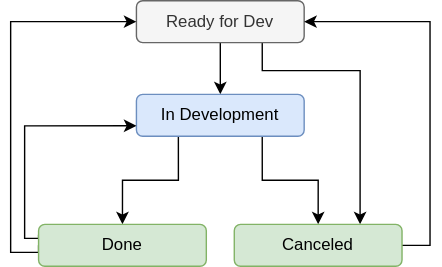
ksb-digital/.github keeps this draw.io diagram as workflows/workflow-epic.drawio.svg. Above is the earlier version. Source tidied: cells renumbered, new cells last; positions are measured from the earlier drawing's top-left corner, leaving out a move shared by most shapes.
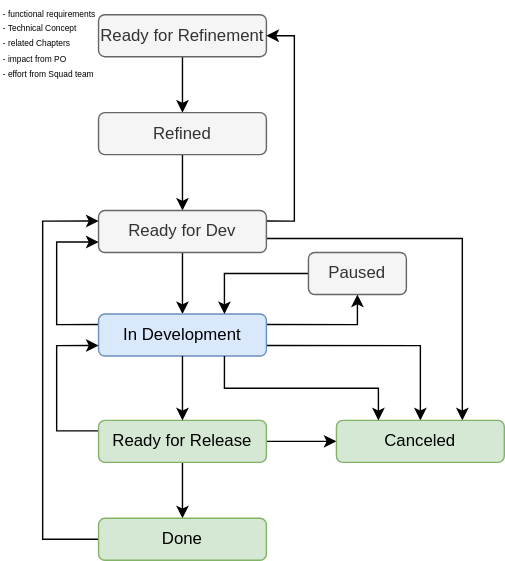
After the commit.

The edit, as a diff of the source:
```diff
@@ -2,55 +2,94 @@
   <root>
     <mxCell id="0" />
     <mxCell id="1" parent="0" />
+    <mxCell id="13" style="edgeStyle=orthogonalEdgeStyle;rounded=0;jettySize=auto;html=1;exitX=0.5;exitY=1;exitDx=0;exitDy=0;entryX=0.5;entryY=0;entryDx=0;entryDy=0;" parent="1" edge="1" source="14" target="16">
+      <mxGeometry relative="1" as="geometry" />
+    </mxCell>
+    <mxCell id="14" value="Ready for Refinement" style="rounded=1;whiteSpace=wrap;html=1;fillColor=#f5f5f5;fontColor=#333333;strokeColor=#666666;" parent="1" vertex="1">
+      <mxGeometry x="-20.1" y="-530" width="120" height="30" as="geometry" />
+    </mxCell>
+    <mxCell id="15" style="edgeStyle=orthogonalEdgeStyle;rounded=0;jettySize=auto;html=1;exitX=0.5;exitY=1;exitDx=0;exitDy=0;entryX=0.5;entryY=0;entryDx=0;entryDy=0;" parent="1" edge="1" source="16" target="4">
+      <mxGeometry relative="1" as="geometry" />
+    </mxCell>
+    <mxCell id="16" value="Refined" style="rounded=1;whiteSpace=wrap;html=1;fillColor=#f5f5f5;fontColor=#333333;strokeColor=#666666;" parent="1" vertex="1">
+      <mxGeometry x="-20.1" y="-460" width="120" height="30" as="geometry" />
+    </mxCell>
     <mxCell id="2" style="edgeStyle=orthogonalEdgeStyle;rounded=0;jettySize=auto;html=1;exitX=0.5;exitY=1;exitDx=0;exitDy=0;entryX=0.5;entryY=0;entryDx=0;entryDy=0;" parent="1" edge="1" source="4" target="7">
       <mxGeometry relative="1" as="geometry" />
     </mxCell>
-    <mxCell id="3" style="edgeStyle=orthogonalEdgeStyle;rounded=0;jettySize=auto;html=1;exitX=0.75;exitY=1;exitDx=0;exitDy=0;entryX=0.75;entryY=0;entryDx=0;entryDy=0;" parent="1" edge="1" source="4" target="12">
-      <mxGeometry relative="1" as="geometry">
-        <Array as="points">
-          <mxPoint x="180" y="50" />
-          <mxPoint x="250" y="50" />
-        </Array>
-      </mxGeometry>
-    </mxCell>
+    <mxCell id="17" style="edgeStyle=orthogonalEdgeStyle;rounded=0;jettySize=auto;html=1;entryX=0.75;entryY=0;entryDx=0;entryDy=0;" parent="1" edge="1" target="12">
+      <mxGeometry relative="1" as="geometry">
+        <mxPoint x="100" y="-370" as="sourcePoint" />
+      </mxGeometry>
+    </mxCell>
+    <mxCell id="18" style="edgeStyle=orthogonalEdgeStyle;rounded=0;jettySize=auto;html=1;exitX=1;exitY=0.25;exitDx=0;exitDy=0;entryX=1;entryY=0.5;entryDx=0;entryDy=0;" parent="1" edge="1" source="4" target="14">
+      <mxGeometry relative="1" as="geometry" />
+    </mxCell>
     <mxCell id="4" value="Ready for Dev" style="rounded=1;whiteSpace=wrap;html=1;fillColor=#f5f5f5;fontColor=#333333;strokeColor=#666666;" parent="1" vertex="1">
-      <mxGeometry x="90" width="120" height="30" as="geometry" />
+      <mxGeometry x="-20.1" y="-390" width="120" height="30" as="geometry" />
     </mxCell>
-    <mxCell id="5" style="edgeStyle=orthogonalEdgeStyle;rounded=0;jettySize=auto;html=1;exitX=0.75;exitY=1;exitDx=0;exitDy=0;entryX=0.5;entryY=0;entryDx=0;entryDy=0;" parent="1" edge="1" source="7" target="12">
-      <mxGeometry relative="1" as="geometry" />
-    </mxCell>
-    <mxCell id="6" style="edgeStyle=orthogonalEdgeStyle;rounded=0;jettySize=auto;html=1;exitX=0.25;exitY=1;exitDx=0;exitDy=0;entryX=0.5;entryY=0;entryDx=0;entryDy=0;" parent="1" edge="1" source="7" target="10">
-      <mxGeometry relative="1" as="geometry" />
-    </mxCell>
+    <mxCell id="19" style="edgeStyle=orthogonalEdgeStyle;rounded=0;jettySize=auto;html=1;exitX=1;exitY=0.75;exitDx=0;exitDy=0;entryX=0.5;entryY=0;entryDx=0;entryDy=0;" parent="1" edge="1" source="7" target="12">
+      <mxGeometry relative="1" as="geometry" />
+    </mxCell>
+    <mxCell id="20" style="edgeStyle=orthogonalEdgeStyle;rounded=0;jettySize=auto;html=1;exitX=0;exitY=0.25;exitDx=0;exitDy=0;entryX=0;entryY=0.75;entryDx=0;entryDy=0;" parent="1" edge="1" source="7" target="4">
+      <mxGeometry relative="1" as="geometry">
+        <Array as="points">
+          <mxPoint x="-50" y="-308" />
+          <mxPoint x="-50" y="-367" />
+        </Array>
+      </mxGeometry>
+    </mxCell>
+    <mxCell id="21" style="edgeStyle=orthogonalEdgeStyle;rounded=0;jettySize=auto;html=1;exitX=1;exitY=0.25;exitDx=0;exitDy=0;entryX=0.5;entryY=1;entryDx=0;entryDy=0;" parent="1" edge="1" source="7" target="29">
+      <mxGeometry relative="1" as="geometry" />
+    </mxCell>
     <mxCell id="7" value="In Development" style="rounded=1;whiteSpace=wrap;html=1;fillColor=#dae8fc;strokeColor=#6c8ebf;" parent="1" vertex="1">
-      <mxGeometry x="90" y="67" width="120" height="30" as="geometry" />
+      <mxGeometry x="-20.1" y="-316" width="120" height="30" as="geometry" />
     </mxCell>
-    <mxCell id="8" style="edgeStyle=orthogonalEdgeStyle;rounded=0;jettySize=auto;html=1;exitX=0;exitY=0.25;exitDx=0;exitDy=0;entryX=0;entryY=0.75;entryDx=0;entryDy=0;" parent="1" edge="1" source="10" target="7">
-      <mxGeometry relative="1" as="geometry">
-        <Array as="points">
-          <mxPoint x="20" y="170" />
-          <mxPoint x="10" y="170" />
-          <mxPoint x="10" y="90" />
-        </Array>
-      </mxGeometry>
-    </mxCell>
+    <mxCell id="22" style="edgeStyle=orthogonalEdgeStyle;rounded=0;jettySize=auto;html=1;exitX=1;exitY=0.5;exitDx=0;exitDy=0;entryX=0;entryY=0.5;entryDx=0;entryDy=0;" parent="1" edge="1" source="25" target="12">
+      <mxGeometry relative="1" as="geometry" />
+    </mxCell>
+    <mxCell id="23" style="edgeStyle=orthogonalEdgeStyle;rounded=0;jettySize=auto;html=1;exitX=0.5;exitY=1;exitDx=0;exitDy=0;entryX=0.5;entryY=0;entryDx=0;entryDy=0;" parent="1" edge="1" source="25" target="10">
+      <mxGeometry relative="1" as="geometry" />
+    </mxCell>
+    <mxCell id="24" style="edgeStyle=orthogonalEdgeStyle;rounded=0;jettySize=auto;html=1;exitX=0;exitY=0.25;exitDx=0;exitDy=0;entryX=0;entryY=0.75;entryDx=0;entryDy=0;" parent="1" edge="1" source="25" target="7">
+      <mxGeometry relative="1" as="geometry">
+        <Array as="points">
+          <mxPoint x="-50" y="-232" />
+          <mxPoint x="-50" y="-293" />
+        </Array>
+      </mxGeometry>
+    </mxCell>
+    <mxCell id="25" value="Ready for Release" style="rounded=1;whiteSpace=wrap;html=1;fillColor=#d5e8d4;strokeColor=#82b366;" parent="1" vertex="1">
+      <mxGeometry x="-20.1" y="-240" width="120" height="30" as="geometry" />
+    </mxCell>
-    <mxCell id="9" style="edgeStyle=orthogonalEdgeStyle;rounded=0;jettySize=auto;html=1;exitX=0;exitY=0.5;exitDx=0;exitDy=0;entryX=0;entryY=0.5;entryDx=0;entryDy=0;" parent="1" edge="1" source="10" target="4">
+    <mxCell id="9" style="edgeStyle=orthogonalEdgeStyle;rounded=0;jettySize=auto;html=1;exitX=0;exitY=0.5;exitDx=0;exitDy=0;entryX=0;entryY=0.25;entryDx=0;entryDy=0;" parent="1" edge="1" source="10" target="4">
       <mxGeometry relative="1" as="geometry">
         <Array as="points">
-          <mxPoint x="20" y="180" />
-          <mxPoint y="180" />
-          <mxPoint y="15" />
+          <mxPoint x="-60" y="-155" />
+          <mxPoint x="-60" y="-382" />
         </Array>
       </mxGeometry>
     </mxCell>
     <mxCell id="10" value="Done" style="rounded=1;whiteSpace=wrap;html=1;fillColor=#d5e8d4;strokeColor=#82b366;" parent="1" vertex="1">
-      <mxGeometry x="20" y="160" width="120" height="30" as="geometry" />
+      <mxGeometry x="-20.1" y="-170" width="120" height="30" as="geometry" />
     </mxCell>
-    <mxCell id="11" style="edgeStyle=orthogonalEdgeStyle;rounded=0;jettySize=auto;html=1;exitX=1;exitY=0.5;exitDx=0;exitDy=0;entryX=1;entryY=0.5;entryDx=0;entryDy=0;" parent="1" edge="1" source="12" target="4">
-      <mxGeometry relative="1" as="geometry" />
-    </mxCell>
     <mxCell id="12" value="Canceled" style="rounded=1;whiteSpace=wrap;html=1;fillColor=#d5e8d4;strokeColor=#82b366;" parent="1" vertex="1">
-      <mxGeometry x="160" y="160" width="120" height="30" as="geometry" />
+      <mxGeometry x="150" y="-240" width="120" height="30" as="geometry" />
     </mxCell>
+    <mxCell id="26" style="edgeStyle=orthogonalEdgeStyle;rounded=0;jettySize=auto;html=1;exitX=0.5;exitY=1;exitDx=0;exitDy=0;entryX=0.5;entryY=0;entryDx=0;entryDy=0;" parent="1" edge="1" source="7" target="25">
+      <mxGeometry relative="1" as="geometry" />
+    </mxCell>
+    <mxCell id="27" style="edgeStyle=orthogonalEdgeStyle;rounded=0;jettySize=auto;html=1;exitX=0.75;exitY=1;exitDx=0;exitDy=0;entryX=0.25;entryY=0;entryDx=0;entryDy=0;" parent="1" edge="1" source="7" target="12">
+      <mxGeometry relative="1" as="geometry" />
+    </mxCell>
+    <mxCell id="28" style="edgeStyle=orthogonalEdgeStyle;rounded=0;jettySize=auto;html=1;exitX=0;exitY=0.5;exitDx=0;exitDy=0;entryX=0.75;entryY=0;entryDx=0;entryDy=0;" parent="1" edge="1" source="29" target="7">
+      <mxGeometry relative="1" as="geometry" />
+    </mxCell>
+    <mxCell id="29" value="Paused" style="rounded=1;whiteSpace=wrap;html=1;fillColor=#f5f5f5;strokeColor=#666666;fontColor=#333333;" parent="1" vertex="1">
+      <mxGeometry x="130" y="-360" width="70" height="30" as="geometry" />
+    </mxCell>
+    <mxCell id="30" value="&lt;font style=&quot;font-size: 6px;&quot;&gt;- functional requirements&lt;br&gt;- Technical Concept&lt;br&gt;- related Chapters&lt;br&gt;- impact from PO&lt;br&gt;- effort from Squad team&lt;/font&gt;" style="text;html=1;strokeColor=none;fillColor=none;align=left;verticalAlign=middle;whiteSpace=wrap;rounded=0;fontSize=9;" parent="1" vertex="1">
+      <mxGeometry x="-90" y="-540" width="110" height="60" as="geometry" />
+    </mxCell>
   </root>
 </mxGraphModel>
```
